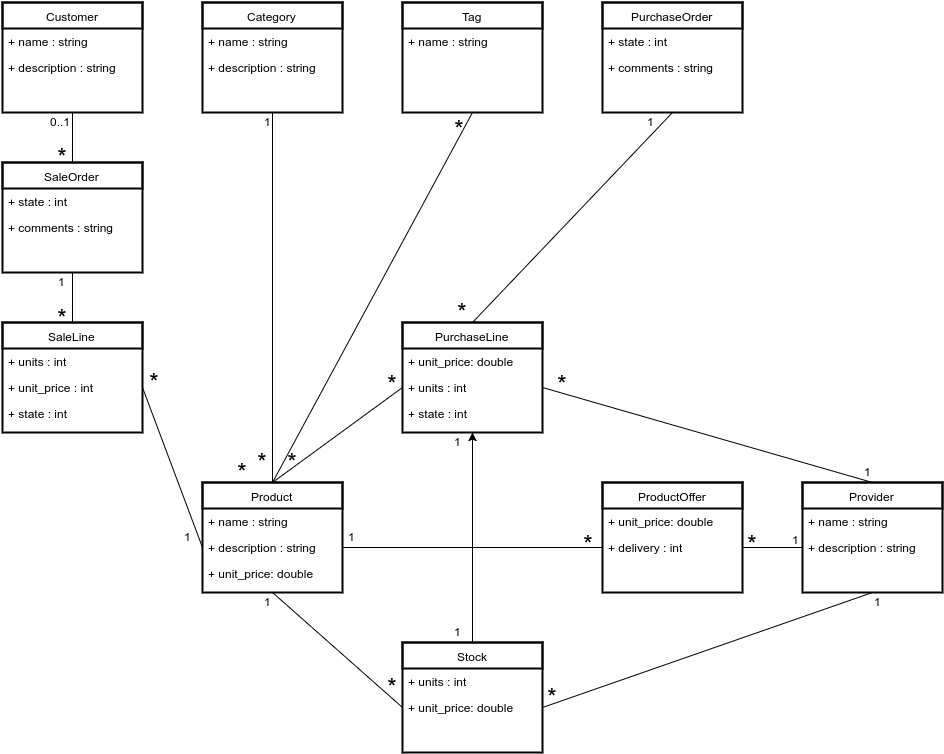
Above: images/smappclasses.png in sorters/smapp-doc (draw.io), before the change. Source tidied: cells renumbered, new cells last; positions are measured from the earlier drawing's top-left corner, leaving out a move shared by most shapes.
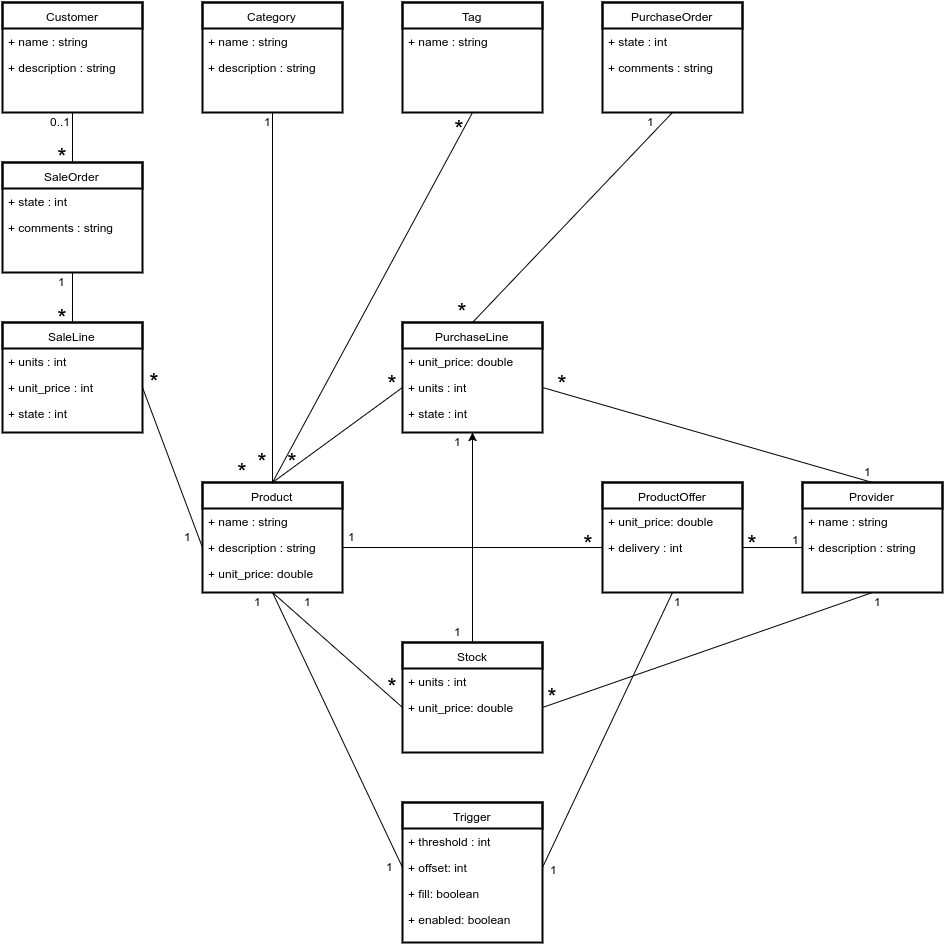
The same diagram one commit later.

What changed in the source:
```diff
@@ -276,7 +276,7 @@
       <mxGeometry x="344" y="525" width="20" height="20" as="geometry" />
     </mxCell>
     <mxCell id="93" value="1" style="text;html=1;align=left;verticalAlign=top;spacingTop=-4;fontSize=12;fontColor=#000000;" parent="1" vertex="1">
-      <mxGeometry x="260" y="590" width="20" height="20" as="geometry" />
+      <mxGeometry x="300" y="590" width="20" height="20" as="geometry" />
     </mxCell>
     <mxCell id="94" value="1" style="text;html=1;align=left;verticalAlign=top;spacingTop=-4;fontSize=12;fontColor=#000000;" parent="1" vertex="1">
       <mxGeometry x="870" y="590" width="20" height="20" as="geometry" />
@@ -296,5 +296,44 @@
     <mxCell id="99" value="1" style="text;html=1;align=left;verticalAlign=top;spacingTop=-4;fontSize=12;fontColor=#000000;" parent="1" vertex="1">
       <mxGeometry x="450" y="620" width="20" height="20" as="geometry" />
     </mxCell>
+    <mxCell id="100" value="Trigger" style="swimlane;html=1;fontStyle=0;horizontal=1;startSize=26;fillColor=none;swimlaneFillColor=#ffffff;strokeColor=#000000;strokeWidth=2;fontSize=12;fontColor=#000000;align=center;" parent="1" vertex="1">
+      <mxGeometry x="400" y="800" width="140" height="140" as="geometry" />
+    </mxCell>
+    <mxCell id="101" value="+ threshold : int" style="text;html=1;strokeColor=none;fillColor=none;align=left;verticalAlign=top;spacingLeft=4;spacingRight=4;whiteSpace=wrap;overflow=hidden;" parent="100" vertex="1">
+      <mxGeometry y="26" width="140" height="26" as="geometry" />
+    </mxCell>
+    <mxCell id="102" value="+ offset: int" style="text;html=1;strokeColor=none;fillColor=none;align=left;verticalAlign=top;spacingLeft=4;spacingRight=4;whiteSpace=wrap;overflow=hidden;" parent="100" vertex="1">
+      <mxGeometry y="52" width="140" height="26" as="geometry" />
+    </mxCell>
+    <mxCell id="103" value="+ threshold : int" style="text;html=1;strokeColor=none;fillColor=none;align=left;verticalAlign=top;spacingLeft=4;spacingRight=4;whiteSpace=wrap;overflow=hidden;" parent="1" vertex="1">
+      <mxGeometry x="400" y="826" width="140" height="26" as="geometry" />
+    </mxCell>
+    <mxCell id="104" value="+ offset: int" style="text;html=1;strokeColor=none;fillColor=none;align=left;verticalAlign=top;spacingLeft=4;spacingRight=4;whiteSpace=wrap;overflow=hidden;points=[[0,0.5],[1,0.5]];portConstraint=eastwest;" parent="1" vertex="1">
+      <mxGeometry x="400" y="852" width="140" height="26" as="geometry" />
+    </mxCell>
+    <mxCell id="105" value="+ fill: boolean" style="text;html=1;strokeColor=none;fillColor=none;align=left;verticalAlign=top;spacingLeft=4;spacingRight=4;whiteSpace=wrap;overflow=hidden;" parent="1" vertex="1">
+      <mxGeometry x="400" y="878" width="140" height="26" as="geometry" />
+    </mxCell>
+    <mxCell id="106" style="endArrow=none;html=1;fontFamily=Verdana;exitX=1;exitY=0.5;entryX=0.5;entryY=1;" parent="1" edge="1" source="104" target="22">
+      <mxGeometry x="580" y="670" as="geometry" />
+    </mxCell>
+    <mxCell id="107" style="endArrow=none;html=1;fontFamily=Verdana;entryX=0;entryY=0.5;exitX=0.5;exitY=1;" parent="1" edge="1" source="2" target="104">
+      <mxGeometry x="310" y="670" as="geometry" />
+    </mxCell>
+    <mxCell id="108" value="1" style="text;html=1;align=left;verticalAlign=top;spacingTop=-4;fontSize=12;fontColor=#000000;" parent="1" vertex="1">
+      <mxGeometry x="250" y="590" width="20" height="20" as="geometry" />
+    </mxCell>
+    <mxCell id="109" value="1" style="text;html=1;align=left;verticalAlign=top;spacingTop=-4;fontSize=12;fontColor=#000000;" parent="1" vertex="1">
+      <mxGeometry x="382" y="855" width="20" height="20" as="geometry" />
+    </mxCell>
+    <mxCell id="110" value="1" style="text;html=1;align=left;verticalAlign=top;spacingTop=-4;fontSize=12;fontColor=#000000;" parent="1" vertex="1">
+      <mxGeometry x="546" y="858" width="20" height="20" as="geometry" />
+    </mxCell>
+    <mxCell id="111" value="1" style="text;html=1;align=left;verticalAlign=top;spacingTop=-4;fontSize=12;fontColor=#000000;" parent="1" vertex="1">
+      <mxGeometry x="670" y="590" width="20" height="20" as="geometry" />
+    </mxCell>
+    <mxCell id="112" value="+ enabled: boolean" style="text;html=1;strokeColor=none;fillColor=none;align=left;verticalAlign=top;spacingLeft=4;spacingRight=4;whiteSpace=wrap;overflow=hidden;" parent="1" vertex="1">
+      <mxGeometry x="400" y="904" width="140" height="26" as="geometry" />
+    </mxCell>
   </root>
 </mxGraphModel>
```
